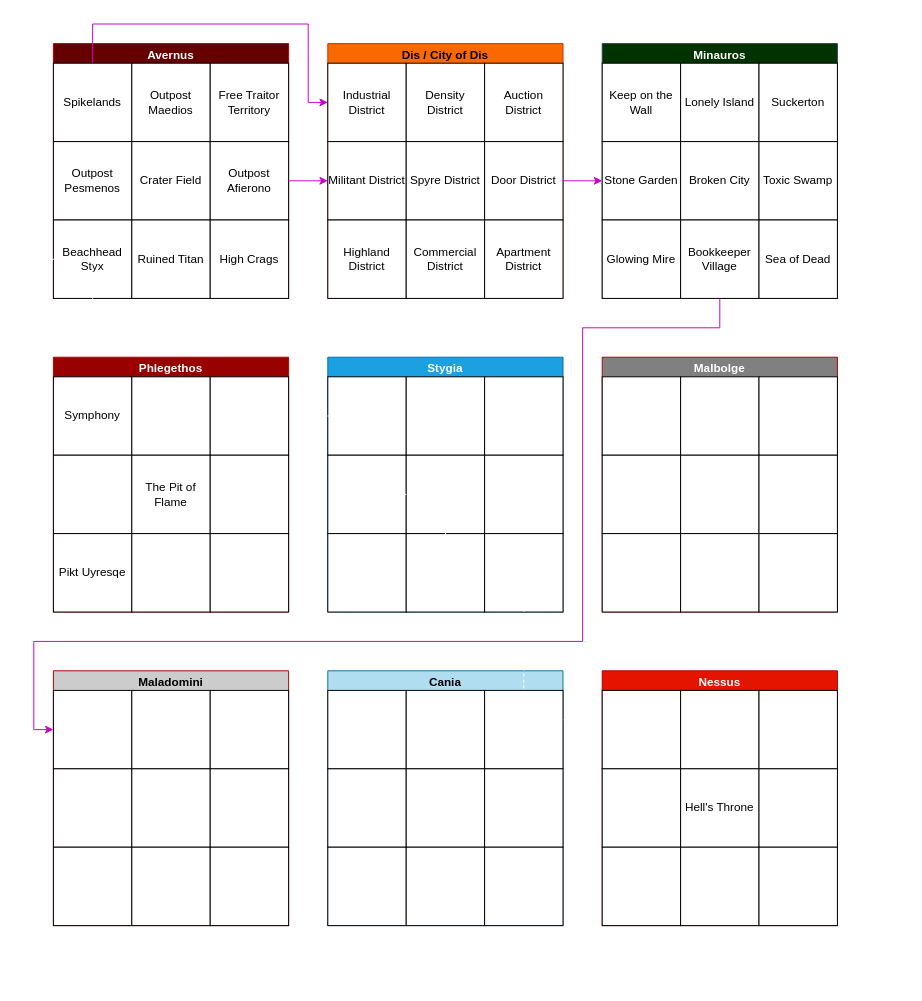
craftingcity/The-Known-World keeps this draw.io diagram as MEDIA/SUPP/baatorMap.drawio. Above is the earlier version. Source tidied: cells renumbered, new cells numbered last; positions are measured from the earlier drawing's top-left corner, leaving out a move shared by most shapes. Both pictures are drawn from the tidied source at 98%, with x=0, y=0 at pixel (33, 24).
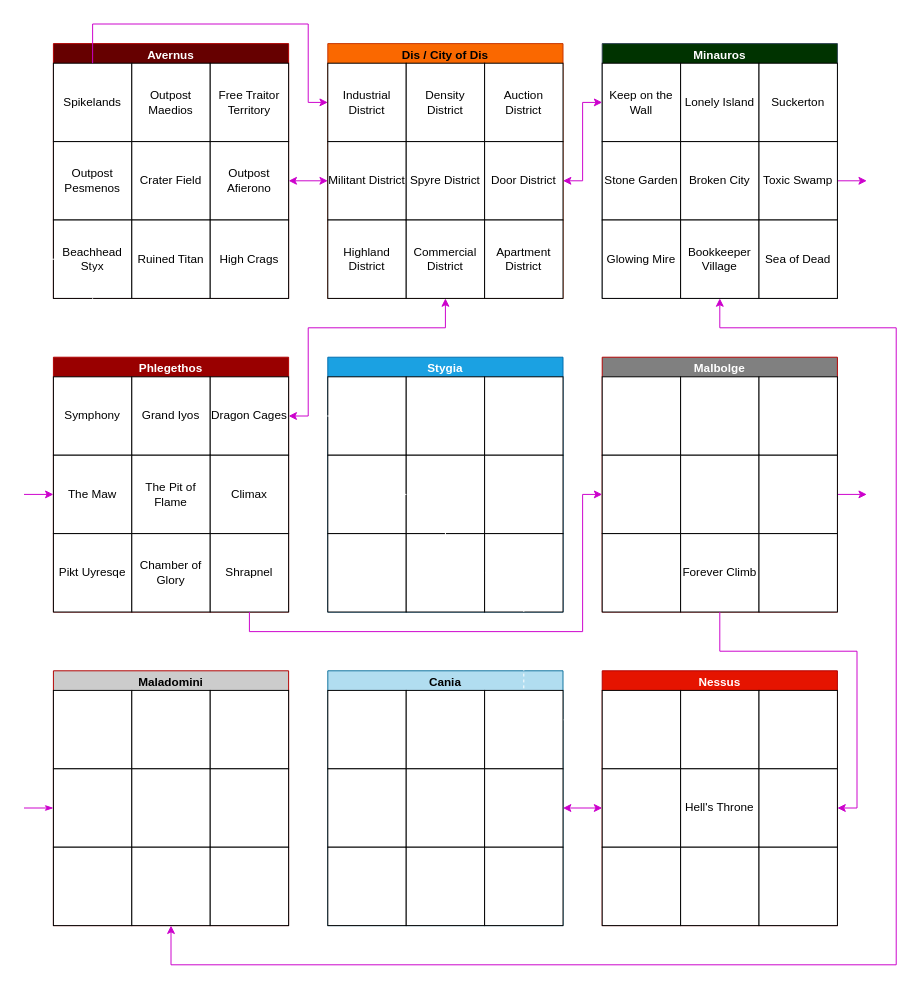
The same diagram, later.

The change refers to these unchanged cells:
```xml
<mxCell id="9" value="Outpost Afierono" style="whiteSpace=wrap;html=1;" parent="2" vertex="1">
  <mxGeometry x="160" y="100" width="80" height="80" as="geometry" />
</mxCell>
<mxCell id="12" value="Dis / City of Dis" style="swimlane;whiteSpace=wrap;html=1;fillColor=#fa6800;fontColor=#000000;strokeColor=#C73500;" parent="1" vertex="1">
  <mxGeometry x="300" y="20" width="240" height="260" as="geometry" />
</mxCell>
<mxCell id="16" value="Militant District" style="whiteSpace=wrap;html=1;" parent="12" vertex="1">
  <mxGeometry y="100" width="80" height="80" as="geometry" />
</mxCell>
<mxCell id="19" value="Door District" style="whiteSpace=wrap;html=1;" parent="12" vertex="1">
  <mxGeometry x="160" y="100" width="80" height="80" as="geometry" />
</mxCell>
<mxCell id="22" value="Minauros" style="swimlane;whiteSpace=wrap;html=1;fillColor=#003300;fontColor=#ffffff;strokeColor=#314354;" parent="1" vertex="1">
  <mxGeometry x="580" y="20" width="240" height="260" as="geometry" />
</mxCell>
<mxCell id="23" value="Keep on the Wall" style="whiteSpace=wrap;html=1;" parent="22" vertex="1">
  <mxGeometry y="20" width="80" height="80" as="geometry" />
</mxCell>
<mxCell id="26" value="Stone Garden" style="whiteSpace=wrap;html=1;" parent="22" vertex="1">
  <mxGeometry y="100" width="80" height="80" as="geometry" />
</mxCell>
<mxCell id="29" value="Toxic Swamp" style="whiteSpace=wrap;html=1;" parent="22" vertex="1">
  <mxGeometry x="160" y="100" width="80" height="80" as="geometry" />
</mxCell>
<mxCell id="30" value="Bookkeeper Village" style="whiteSpace=wrap;html=1;" parent="22" vertex="1">
  <mxGeometry x="80" y="180" width="80" height="80" as="geometry" />
</mxCell>
<mxCell id="32" value="Phlegethos" style="swimlane;whiteSpace=wrap;html=1;fillColor=#990000;fontColor=#ffffff;strokeColor=#B20000;" parent="1" vertex="1">
  <mxGeometry x="20" y="340" width="240" height="260" as="geometry" />
</mxCell>
<mxCell id="52" value="Malbolge" style="swimlane;whiteSpace=wrap;html=1;fillColor=#808080;fontColor=#ffffff;strokeColor=#B20000;" parent="1" vertex="1">
  <mxGeometry x="580" y="340" width="240" height="260" as="geometry" />
</mxCell>
<mxCell id="56" style="whiteSpace=wrap;html=1;" parent="52" vertex="1">
  <mxGeometry y="100" width="80" height="80" as="geometry" />
</mxCell>
<mxCell id="59" style="whiteSpace=wrap;html=1;" parent="52" vertex="1">
  <mxGeometry x="160" y="100" width="80" height="80" as="geometry" />
</mxCell>
<mxCell id="62" value="&lt;font style=&quot;color: rgb(0, 0, 0);&quot;&gt;Maladomini&lt;/font&gt;" style="swimlane;whiteSpace=wrap;html=1;fillColor=#CCCCCC;fontColor=#FFFFFF;strokeColor=#B20000;" parent="1" vertex="1">
  <mxGeometry x="20" y="660" width="240" height="260" as="geometry" />
</mxCell>
<mxCell id="63" style="whiteSpace=wrap;html=1;" parent="62" vertex="1">
  <mxGeometry y="20" width="80" height="80" as="geometry" />
</mxCell>
<mxCell id="66" style="whiteSpace=wrap;html=1;" parent="62" vertex="1">
  <mxGeometry y="100" width="80" height="80" as="geometry" />
</mxCell>
<mxCell id="70" style="whiteSpace=wrap;html=1;" parent="62" vertex="1">
  <mxGeometry x="80" y="180" width="80" height="80" as="geometry" />
</mxCell>
<mxCell id="79" style="whiteSpace=wrap;html=1;" parent="72" vertex="1">
  <mxGeometry x="160" y="100" width="80" height="80" as="geometry" />
</mxCell>
<mxCell id="86" style="whiteSpace=wrap;html=1;" parent="82" vertex="1">
  <mxGeometry y="100" width="80" height="80" as="geometry" />
</mxCell>
<mxCell id="89" style="whiteSpace=wrap;html=1;" parent="82" vertex="1">
  <mxGeometry x="160" y="100" width="80" height="80" as="geometry" />
</mxCell>
```

What changed in the source:
```diff
@@
+    <mxCell id="97" style="edgeStyle=orthogonalEdgeStyle;rounded=0;jettySize=auto;html=1;exitX=1;exitY=0.5;exitDx=0;exitDy=0;strokeColor=#CC00CC;" parent="22" edge="1" source="29">
+      <mxGeometry relative="1" as="geometry">
+        <mxPoint x="270" y="140" as="targetPoint" />
+      </mxGeometry>
+    </mxCell>
@@
-    <mxCell id="34" style="whiteSpace=wrap;html=1;" parent="32" vertex="1">
+    <mxCell id="34" value="Grand Iyos" style="whiteSpace=wrap;html=1;" parent="32" vertex="1">
       <mxGeometry x="80" y="20" width="80" height="80" as="geometry" />
     </mxCell>
-    <mxCell id="35" style="whiteSpace=wrap;html=1;" parent="32" vertex="1">
+    <mxCell id="35" value="Dragon Cages" style="whiteSpace=wrap;html=1;" parent="32" vertex="1">
       <mxGeometry x="160" y="20" width="80" height="80" as="geometry" />
     </mxCell>
+    <mxCell id="98" style="edgeStyle=orthogonalEdgeStyle;rounded=0;jettySize=auto;html=1;exitX=0;exitY=0.5;exitDx=0;exitDy=0;endArrow=none;startFill=1;startArrow=classic;strokeColor=#CC00CC;" parent="32" edge="1" source="36">
+      <mxGeometry relative="1" as="geometry">
+        <mxPoint x="-30" y="140" as="targetPoint" />
+      </mxGeometry>
+    </mxCell>
-    <mxCell id="36" style="whiteSpace=wrap;html=1;" parent="32" vertex="1">
+    <mxCell id="36" value="The Maw" style="whiteSpace=wrap;html=1;" parent="32" vertex="1">
       <mxGeometry y="100" width="80" height="80" as="geometry" />
     </mxCell>
@@
-    <mxCell id="39" style="whiteSpace=wrap;html=1;" parent="32" vertex="1">
+    <mxCell id="39" value="Climax" style="whiteSpace=wrap;html=1;" parent="32" vertex="1">
       <mxGeometry x="160" y="100" width="80" height="80" as="geometry" />
     </mxCell>
-    <mxCell id="40" style="whiteSpace=wrap;html=1;" parent="32" vertex="1">
+    <mxCell id="40" value="Chamber of Glory" style="whiteSpace=wrap;html=1;" parent="32" vertex="1">
       <mxGeometry x="80" y="180" width="80" height="80" as="geometry" />
     </mxCell>
-    <mxCell id="41" style="whiteSpace=wrap;html=1;" parent="32" vertex="1">
+    <mxCell id="41" value="Shrapnel" style="whiteSpace=wrap;html=1;" parent="32" vertex="1">
       <mxGeometry x="160" y="180" width="80" height="80" as="geometry" />
     </mxCell>
@@
+    <mxCell id="99" style="edgeStyle=orthogonalEdgeStyle;rounded=0;jettySize=auto;html=1;exitX=1;exitY=0.5;exitDx=0;exitDy=0;strokeColor=#CC00CC;" parent="52" edge="1" source="59">
+      <mxGeometry relative="1" as="geometry">
+        <mxPoint x="270" y="140" as="targetPoint" />
+      </mxGeometry>
+    </mxCell>
@@
-    <mxCell id="60" style="whiteSpace=wrap;html=1;" parent="52" vertex="1">
+    <mxCell id="60" value="Forever Climb" style="whiteSpace=wrap;html=1;" parent="52" vertex="1">
       <mxGeometry x="80" y="180" width="80" height="80" as="geometry" />
     </mxCell>
@@
+    <mxCell id="100" style="edgeStyle=orthogonalEdgeStyle;rounded=0;jettySize=auto;html=1;exitX=0;exitY=0.5;exitDx=0;exitDy=0;startArrow=classicThin;startFill=1;endArrow=none;strokeColor=#CC00CC;" parent="62" edge="1" source="66">
+      <mxGeometry relative="1" as="geometry">
+        <mxPoint x="-30" y="140" as="targetPoint" />
+      </mxGeometry>
+    </mxCell>
@@
-    <mxCell id="93" style="edgeStyle=orthogonalEdgeStyle;rounded=0;jettySize=auto;html=1;exitX=1;exitY=0.5;exitDx=0;exitDy=0;entryX=0;entryY=0.5;entryDx=0;entryDy=0;strokeColor=#CC00CC;" parent="1" edge="1" source="9" target="16">
+    <mxCell id="93" style="edgeStyle=orthogonalEdgeStyle;rounded=0;jettySize=auto;html=1;exitX=1;exitY=0.5;exitDx=0;exitDy=0;entryX=0;entryY=0.5;entryDx=0;entryDy=0;strokeColor=#CC00CC;startArrow=classic;startFill=1;" parent="1" edge="1" source="9" target="16">
       <mxGeometry relative="1" as="geometry" />
     </mxCell>
@@
-    <mxCell id="95" style="edgeStyle=orthogonalEdgeStyle;rounded=0;jettySize=auto;html=1;exitX=1;exitY=0.5;exitDx=0;exitDy=0;entryX=0;entryY=0.5;entryDx=0;entryDy=0;strokeColor=#CC00CC;" parent="1" edge="1" source="19" target="26">
-      <mxGeometry relative="1" as="geometry" />
-    </mxCell>
-    <mxCell id="96" style="edgeStyle=orthogonalEdgeStyle;rounded=0;jettySize=auto;html=1;exitX=0.5;exitY=1;exitDx=0;exitDy=0;entryX=0;entryY=0.5;entryDx=0;entryDy=0;strokeColor=#CC00CC;" parent="1" edge="1" source="30" target="63">
+    <mxCell id="96" style="edgeStyle=orthogonalEdgeStyle;rounded=0;jettySize=auto;html=1;exitX=0.5;exitY=1;exitDx=0;exitDy=0;entryX=0.5;entryY=1;entryDx=0;entryDy=0;strokeColor=#CC00CC;startArrow=classic;startFill=1;" parent="1" edge="1" source="30" target="70">
       <mxGeometry relative="1" as="geometry">
         <Array as="points">
           <mxPoint x="700" y="310" />
-          <mxPoint x="560" y="310" />
-          <mxPoint x="560" y="630" />
-          <mxPoint y="630" />
-          <mxPoint y="720" />
+          <mxPoint x="880" y="310" />
+          <mxPoint x="880" y="960" />
+          <mxPoint x="140" y="960" />
         </Array>
       </mxGeometry>
     </mxCell>
+    <mxCell id="101" style="edgeStyle=orthogonalEdgeStyle;rounded=0;jettySize=auto;html=1;exitX=0;exitY=0.5;exitDx=0;exitDy=0;entryX=1;entryY=0.5;entryDx=0;entryDy=0;strokeColor=#CC00CC;startArrow=classic;startFill=1;" parent="1" edge="1" source="23" target="19">
+      <mxGeometry relative="1" as="geometry" />
+    </mxCell>
+    <mxCell id="102" style="edgeStyle=orthogonalEdgeStyle;rounded=0;jettySize=auto;html=1;exitX=0.5;exitY=1;exitDx=0;exitDy=0;entryX=1;entryY=0.5;entryDx=0;entryDy=0;strokeColor=#CC00CC;" parent="1" edge="1" source="60" target="89">
+      <mxGeometry relative="1" as="geometry">
+        <Array as="points">
+          <mxPoint x="700" y="640" />
+          <mxPoint x="840" y="640" />
+          <mxPoint x="840" y="800" />
+        </Array>
+      </mxGeometry>
+    </mxCell>
+    <mxCell id="103" style="edgeStyle=orthogonalEdgeStyle;rounded=0;jettySize=auto;html=1;exitX=1;exitY=0.5;exitDx=0;exitDy=0;entryX=0;entryY=0.5;entryDx=0;entryDy=0;strokeColor=#CC00CC;startArrow=classic;startFill=1;" parent="1" edge="1" source="79" target="86">
+      <mxGeometry relative="1" as="geometry" />
+    </mxCell>
+    <mxCell id="104" style="edgeStyle=orthogonalEdgeStyle;rounded=0;jettySize=auto;html=1;exitX=0.5;exitY=1;exitDx=0;exitDy=0;entryX=0;entryY=0.5;entryDx=0;entryDy=0;strokeColor=#CC00CC;" parent="1" edge="1" source="41" target="56">
+      <mxGeometry relative="1" as="geometry">
+        <Array as="points">
+          <mxPoint x="220" y="620" />
+          <mxPoint x="560" y="620" />
+          <mxPoint x="560" y="480" />
+        </Array>
+      </mxGeometry>
+    </mxCell>
+    <mxCell id="105" style="edgeStyle=orthogonalEdgeStyle;rounded=0;jettySize=auto;html=1;exitX=1;exitY=0.5;exitDx=0;exitDy=0;entryX=0.5;entryY=1;entryDx=0;entryDy=0;startArrow=classic;startFill=1;strokeColor=#CC00CC;" parent="1" edge="1" source="35" target="12">
+      <mxGeometry relative="1" as="geometry">
+        <Array as="points">
+          <mxPoint x="280" y="400" />
+          <mxPoint x="280" y="310" />
+          <mxPoint x="420" y="310" />
+        </Array>
+      </mxGeometry>
+    </mxCell>
```
